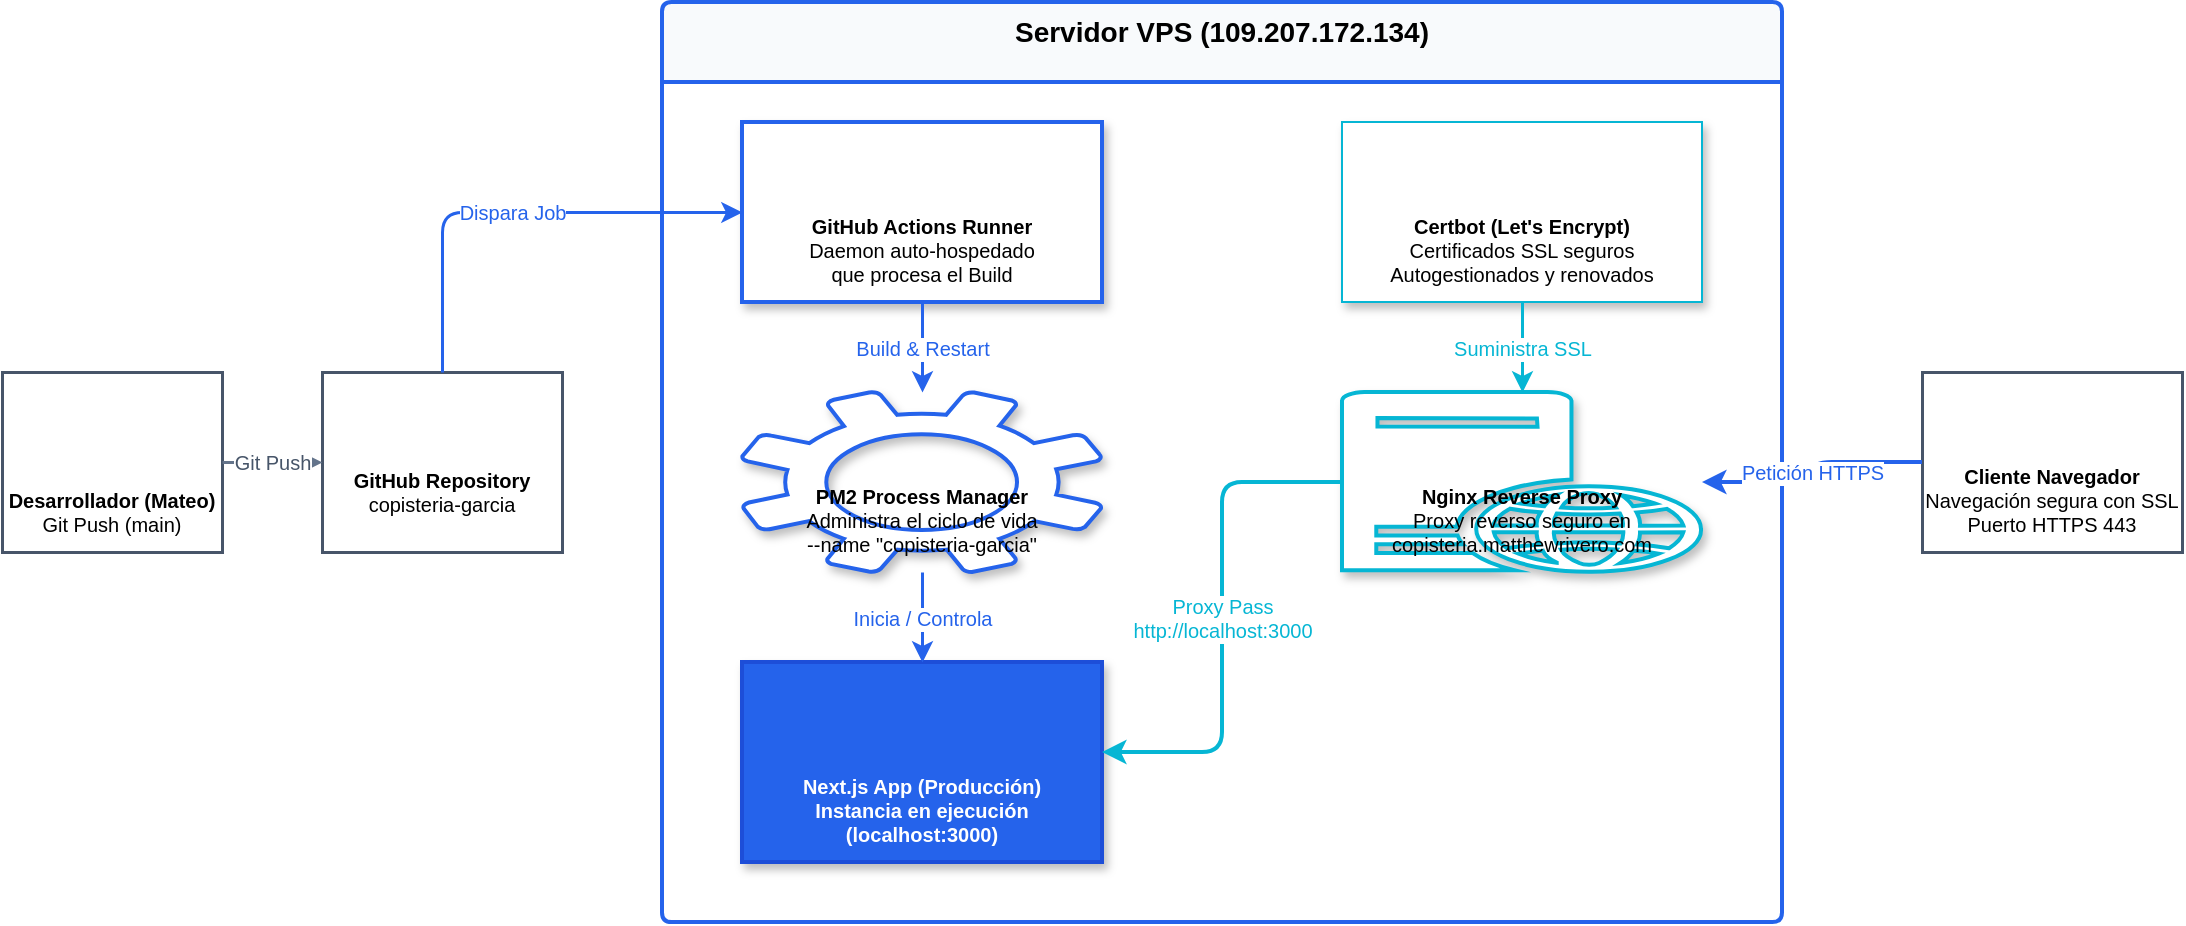
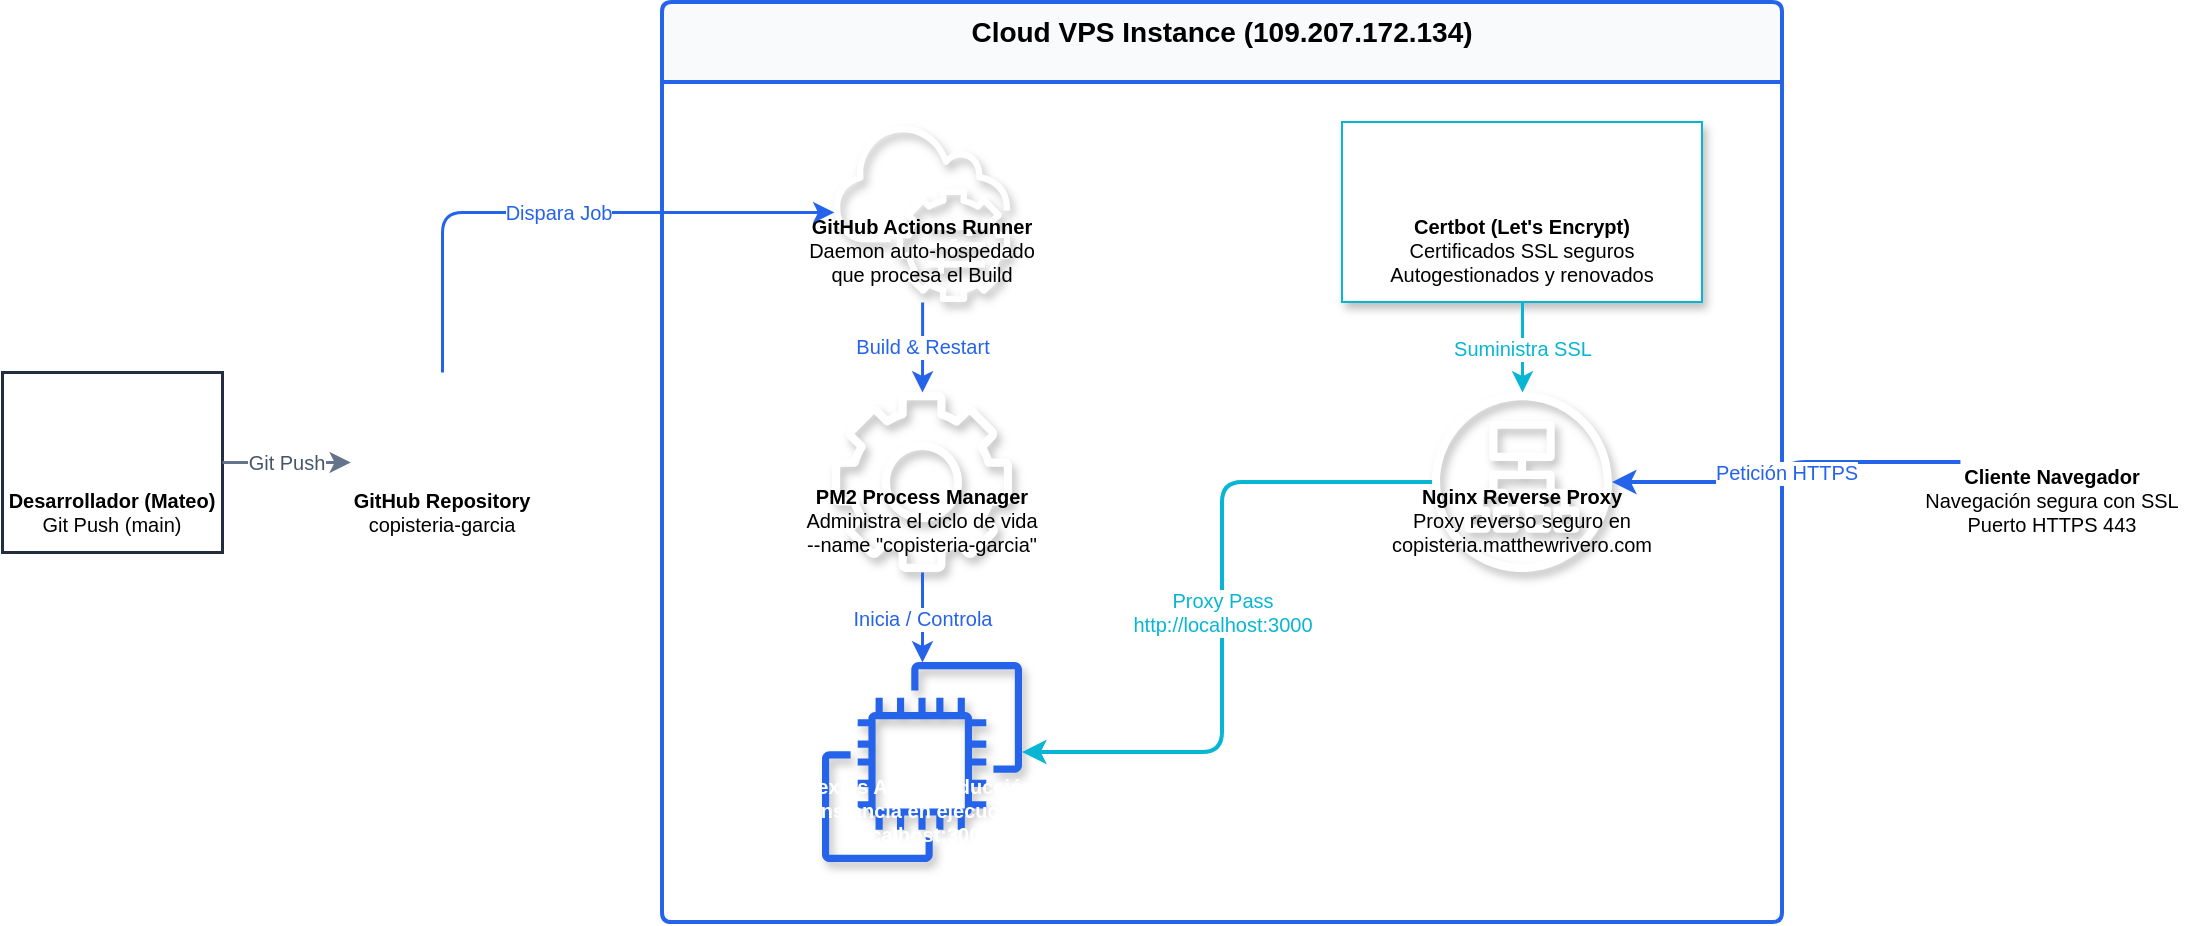
<mxfile host="Electron" modified="2026-07-19T20:00:00.000Z" agent="Mozilla/5.0" version="21.0.0" type="device">
  <diagram id="copisteria-infra" name="Infraestructura Copisteria García Cano">
    <mxGraphModel dx="1200" dy="800" grid="1" guides="1" tooltips="1" connect="1" arrows="1" fold="1" page="1" pageScale="1" pageWidth="1169" pageHeight="827" math="0" shadow="0">
      <root>
        <!-- Base Layers -->
        <mxCell id="0" />
        <mxCell id="1" parent="0" />

-         <!-- BOUNDARY: VPS Server -->
-         <mxCell id="vps-boundary" value="Servidor VPS (109.207.172.134)" style="swimlane;whiteSpace=wrap;html=1;fontFamily=Helvetica;fontStyle=1;fontSize=14;fillColor=#f8fafc;strokeColor=#2563eb;strokeWidth=2;align=center;verticalAlign=top;startSize=40;rounded=1;arcSize=4;" vertex="1" parent="1">
+         <!-- BOUNDARY: Cloud VPS (AWS VPC style representation) -->
+         <mxCell id="vps-boundary" value="Cloud VPS Instance (109.207.172.134)" style="swimlane;whiteSpace=wrap;html=1;fontFamily=Helvetica;fontStyle=1;fontSize=14;fillColor=#f8fafc;strokeColor=#2563eb;strokeWidth=2;align=center;verticalAlign=top;startSize=40;rounded=1;arcSize=4;" vertex="1" parent="1">
          <mxGeometry x="360" y="40" width="560" height="460" as="geometry" />
        </mxCell>

-         <!-- EXTERNAL: Developer Laptop (Stencils Icon) -->
-         <mxCell id="node-developer" value="&lt;b&gt;Desarrollador (Mateo)&lt;/b&gt;&lt;br/&gt;Git Push (main)" style="shape=mxgraph.mscae.enterprise.laptop_computer;whiteSpace=wrap;html=1;fontFamily=Helvetica;fontSize=10;fillColor=#ffffff;strokeColor=#475569;strokeWidth=1.5;align=center;verticalAlign=bottom;spacingBottom=5;" vertex="1" parent="1">
+         <!-- EXTERNAL: Developer Laptop (AWS4 Desktop Icon) -->
+         <mxCell id="node-developer" value="&lt;b&gt;Desarrollador (Mateo)&lt;/b&gt;&lt;br/&gt;Git Push (main)" style="shape=mxgraph.aws4.desktop;whiteSpace=wrap;html=1;fontFamily=Helvetica;fontSize=10;fillColor=#ffffff;strokeColor=#232F3E;strokeWidth=1.5;align=center;verticalAlign=bottom;spacingBottom=5;" vertex="1" parent="1">
          <mxGeometry x="30" y="225" width="110" height="90" as="geometry" />
        </mxCell>

-         <!-- EXTERNAL: GitHub Repository (Stencils Cloud Icon) -->
-         <mxCell id="node-github" value="&lt;b&gt;GitHub Repository&lt;/b&gt;&lt;br/&gt;copisteria-garcia" style="shape=mxgraph.mscae.enterprise.cloud;whiteSpace=wrap;html=1;fontFamily=Helvetica;fontSize=10;fillColor=#ffffff;strokeColor=#475569;strokeWidth=1.5;align=center;verticalAlign=bottom;spacingBottom=15;" vertex="1" parent="1">
+         <!-- EXTERNAL: GitHub Repository (AWS4 Git/CodeCommit Icon) -->
+         <mxCell id="node-github" value="&lt;b&gt;GitHub Repository&lt;/b&gt;&lt;br/&gt;copisteria-garcia" style="shape=mxgraph.aws4.codecommit;whiteSpace=wrap;html=1;fontFamily=Helvetica;fontSize=10;fillColor=#ffffff;strokeColor=#232F3E;strokeWidth=1.5;align=center;verticalAlign=bottom;spacingBottom=5;" vertex="1" parent="1">
          <mxGeometry x="190" y="225" width="120" height="90" as="geometry" />
        </mxCell>

-         <!-- VPS INTERNAL: GitHub Actions Runner (Stencils Process Icon) -->
-         <mxCell id="node-runner" value="&lt;b&gt;GitHub Actions Runner&lt;/b&gt;&lt;br/&gt;Daemon auto-hospedado&lt;br/&gt;que procesa el Build" style="shape=mxgraph.mscae.enterprise.process;whiteSpace=wrap;html=1;fontFamily=Helvetica;fontSize=10;fillColor=#ffffff;strokeColor=#2563eb;strokeWidth=2;align=center;verticalAlign=bottom;spacingBottom=5;shadow=1;" vertex="1" parent="vps-boundary">
+         <!-- VPS INTERNAL: GitHub Actions Runner (AWS4 Systems Manager Icon) -->
+         <mxCell id="node-runner" value="&lt;b&gt;GitHub Actions Runner&lt;/b&gt;&lt;br/&gt;Daemon auto-hospedado&lt;br/&gt;que procesa el Build" style="shape=mxgraph.aws4.systems_manager;whiteSpace=wrap;html=1;fontFamily=Helvetica;fontSize=10;fillColor=#ffffff;strokeColor=#2563eb;strokeWidth=2;align=center;verticalAlign=bottom;spacingBottom=5;shadow=1;" vertex="1" parent="vps-boundary">
          <mxGeometry x="40" y="60" width="180" height="90" as="geometry" />
        </mxCell>

-         <!-- VPS INTERNAL: PM2 (Stencils Settings/Gears Icon) -->
-         <mxCell id="node-pm2" value="&lt;b&gt;PM2 Process Manager&lt;/b&gt;&lt;br/&gt;Administra el ciclo de vida&lt;br/&gt;--name &quot;copisteria-garcia&quot;" style="shape=mxgraph.mscae.enterprise.settings;whiteSpace=wrap;html=1;fontFamily=Helvetica;fontSize=10;fillColor=#ffffff;strokeColor=#2563eb;strokeWidth=2;align=center;verticalAlign=bottom;spacingBottom=5;shadow=1;" vertex="1" parent="vps-boundary">
+         <!-- VPS INTERNAL: PM2 (AWS4 Gear/Process Icon) -->
+         <mxCell id="node-pm2" value="&lt;b&gt;PM2 Process Manager&lt;/b&gt;&lt;br/&gt;Administra el ciclo de vida&lt;br/&gt;--name &quot;copisteria-garcia&quot;" style="shape=mxgraph.aws4.gear;whiteSpace=wrap;html=1;fontFamily=Helvetica;fontSize=10;fillColor=#ffffff;strokeColor=#2563eb;strokeWidth=2;align=center;verticalAlign=bottom;spacingBottom=5;shadow=1;" vertex="1" parent="vps-boundary">
          <mxGeometry x="40" y="195" width="180" height="90" as="geometry" />
        </mxCell>

-         <!-- VPS INTERNAL: Next.js App (Stencils Server Icon) -->
-         <mxCell id="node-nextjs" value="&lt;b&gt;Next.js App (Producción)&lt;/b&gt;&lt;br/&gt;Instancia en ejecución&lt;br/&gt;(localhost:3000)" style="shape=mxgraph.mscae.enterprise.server;whiteSpace=wrap;html=1;fontFamily=Helvetica;fontSize=10;fillColor=#2563eb;strokeColor=#1d4ed8;strokeWidth=2;align=center;verticalAlign=bottom;spacingBottom=5;shadow=1;fontColor=#ffffff;fontStyle=1;" vertex="1" parent="vps-boundary">
+         <!-- VPS INTERNAL: Next.js App (AWS4 EC2 Virtual Machine Icon) -->
+         <mxCell id="node-nextjs" value="&lt;b&gt;Next.js App (Producción)&lt;/b&gt;&lt;br/&gt;Instancia en ejecución&lt;br/&gt;(localhost:3000)" style="shape=mxgraph.aws4.ec2;whiteSpace=wrap;html=1;fontFamily=Helvetica;fontSize=10;fillColor=#2563eb;strokeColor=#1d4ed8;strokeWidth=2;align=center;verticalAlign=bottom;spacingBottom=5;shadow=1;fontColor=#ffffff;fontStyle=1;" vertex="1" parent="vps-boundary">
          <mxGeometry x="40" y="330" width="180" height="100" as="geometry" />
        </mxCell>

-         <!-- VPS INTERNAL: Nginx Reverse Proxy (Stencils Web Server Icon) -->
-         <mxCell id="node-nginx" value="&lt;b&gt;Nginx Reverse Proxy&lt;/b&gt;&lt;br/&gt;Proxy reverso seguro en&lt;br/&gt;copisteria.matthewrivero.com" style="shape=mxgraph.mscae.enterprise.web_server;whiteSpace=wrap;html=1;fontFamily=Helvetica;fontSize=10;fillColor=#ffffff;strokeColor=#06b6d4;strokeWidth=2;align=center;verticalAlign=bottom;spacingBottom=5;shadow=1;" vertex="1" parent="vps-boundary">
+         <!-- VPS INTERNAL: Nginx Reverse Proxy (AWS4 Application Load Balancer Icon) -->
+         <mxCell id="node-nginx" value="&lt;b&gt;Nginx Reverse Proxy&lt;/b&gt;&lt;br/&gt;Proxy reverso seguro en&lt;br/&gt;copisteria.matthewrivero.com" style="shape=mxgraph.aws4.application_load_balancer;whiteSpace=wrap;html=1;fontFamily=Helvetica;fontSize=10;fillColor=#ffffff;strokeColor=#06b6d4;strokeWidth=2;align=center;verticalAlign=bottom;spacingBottom=5;shadow=1;" vertex="1" parent="vps-boundary">
          <mxGeometry x="340" y="195" width="180" height="90" as="geometry" />
        </mxCell>

-         <!-- VPS INTERNAL: Certbot (Stencils Key Vault Icon) -->
-         <mxCell id="node-certbot" value="&lt;b&gt;Certbot (Let's Encrypt)&lt;/b&gt;&lt;br/&gt;Certificados SSL seguros&lt;br/&gt;Autogestionados y renovados" style="shape=mxgraph.mscae.enterprise.key_vault;whiteSpace=wrap;html=1;fontFamily=Helvetica;fontSize=10;fillColor=#ffffff;strokeColor=#06b6d4;strokeWidth=1;align=center;verticalAlign=bottom;spacingBottom=5;shadow=1;strokeDashArray=3 3;" vertex="1" parent="vps-boundary">
+         <!-- VPS INTERNAL: Certbot (AWS4 KMS/Shield Key Icon) -->
+         <mxCell id="node-certbot" value="&lt;b&gt;Certbot (Let's Encrypt)&lt;/b&gt;&lt;br/&gt;Certificados SSL seguros&lt;br/&gt;Autogestionados y renovados" style="shape=mxgraph.aws4.kms;whiteSpace=wrap;html=1;fontFamily=Helvetica;fontSize=10;fillColor=#ffffff;strokeColor=#06b6d4;strokeWidth=1;align=center;verticalAlign=bottom;spacingBottom=5;shadow=1;strokeDashArray=3 3;" vertex="1" parent="vps-boundary">
          <mxGeometry x="340" y="60" width="180" height="90" as="geometry" />
        </mxCell>

-         <!-- EXTERNAL: Client Browser (Stencils Browser Icon) -->
-         <mxCell id="node-client" value="&lt;b&gt;Cliente Navegador&lt;/b&gt;&lt;br/&gt;Navegación segura con SSL&lt;br/&gt;Puerto HTTPS 443" style="shape=mxgraph.mscae.enterprise.browser;whiteSpace=wrap;html=1;fontFamily=Helvetica;fontSize=10;fillColor=#ffffff;strokeColor=#475569;strokeWidth=1.5;align=center;verticalAlign=bottom;spacingBottom=5;" vertex="1" parent="1">
+         <!-- EXTERNAL: Client Browser (AWS4 Client Icon) -->
+         <mxCell id="node-client" value="&lt;b&gt;Cliente Navegador&lt;/b&gt;&lt;br/&gt;Navegación segura con SSL&lt;br/&gt;Puerto HTTPS 443" style="shape=mxgraph.aws4.client;whiteSpace=wrap;html=1;fontFamily=Helvetica;fontSize=10;fillColor=#ffffff;strokeColor=#475569;strokeWidth=1.5;align=center;verticalAlign=bottom;spacingBottom=5;" vertex="1" parent="1">
          <mxGeometry x="990" y="225" width="130" height="90" as="geometry" />
        </mxCell>

        <!-- CONNECTIONS (EDGES) -->
        <!-- Dev -> GitHub -->
        <mxCell id="edge-dev-github" value="Git Push" style="edgeStyle=orthogonalEdgeStyle;rounded=1;html=1;fontFamily=Helvetica;fontSize=10;fontColor=#475569;strokeColor=#64748b;strokeWidth=1.5;" edge="1" parent="1" source="node-developer" target="node-github">
          <mxGeometry relative="1" as="geometry" />
        </mxCell>

        <!-- GitHub -> Runner (Webhook/Poll) -->
        <mxCell id="edge-github-runner" value="Dispara Job" style="edgeStyle=orthogonalEdgeStyle;rounded=1;html=1;fontFamily=Helvetica;fontSize=10;fontColor=#2563eb;strokeColor=#2563eb;strokeWidth=1.5;" edge="1" parent="1" source="node-github" target="node-runner">
          <mxGeometry relative="1" as="geometry">
            <Array as="points">
              <mxPoint x="250" y="145" />
            </Array>
          </mxGeometry>
        </mxCell>

        <!-- Runner -> PM2 -->
        <mxCell id="edge-runner-pm2" value="Build &amp; Restart" style="edgeStyle=orthogonalEdgeStyle;rounded=1;html=1;fontFamily=Helvetica;fontSize=10;fontColor=#2563eb;strokeColor=#2563eb;strokeWidth=1.5;" edge="1" parent="1" source="node-runner" target="node-pm2">
          <mxGeometry relative="1" as="geometry" />
        </mxCell>

        <!-- PM2 -> Next.js -->
        <mxCell id="edge-pm2-next" value="Inicia / Controla" style="edgeStyle=orthogonalEdgeStyle;rounded=1;html=1;fontFamily=Helvetica;fontSize=10;fontColor=#2563eb;strokeColor=#2563eb;strokeWidth=1.5;" edge="1" parent="1" source="node-pm2" target="node-nextjs">
          <mxGeometry relative="1" as="geometry" />
        </mxCell>

        <!-- Certbot -> Nginx -->
        <mxCell id="edge-cert-nginx" value="Suministra SSL" style="edgeStyle=orthogonalEdgeStyle;rounded=1;html=1;fontFamily=Helvetica;fontSize=10;fontColor=#06b6d4;strokeColor=#06b6d4;strokeWidth=1.5;strokeDasharray=3 3;" edge="1" parent="1" source="node-certbot" target="node-nginx">
          <mxGeometry relative="1" as="geometry" />
        </mxCell>

        <!-- Nginx -> Next.js (Proxy Pass) -->
        <mxCell id="edge-nginx-next" value="Proxy Pass&lt;br/&gt;http://localhost:3000" style="edgeStyle=orthogonalEdgeStyle;rounded=1;html=1;fontFamily=Helvetica;fontSize=10;fontColor=#06b6d4;strokeColor=#06b6d4;strokeWidth=2;" edge="1" parent="1" source="node-nginx" target="node-nextjs">
          <mxGeometry relative="1" as="geometry">
            <Array as="points">
              <mxPoint x="640" y="415" />
            </Array>
          </mxGeometry>
        </mxCell>

        <!-- Client -> Nginx -->
        <mxCell id="edge-client-nginx" value="Petición HTTPS" style="edgeStyle=orthogonalEdgeStyle;rounded=1;html=1;fontFamily=Helvetica;fontSize=10;fontColor=#2563eb;strokeColor=#2563eb;strokeWidth=2;" edge="1" parent="1" source="node-client" target="node-nginx">
          <mxGeometry relative="1" as="geometry" />
        </mxCell>
      </root>
    </mxGraphModel>
  </diagram>
</mxfile>